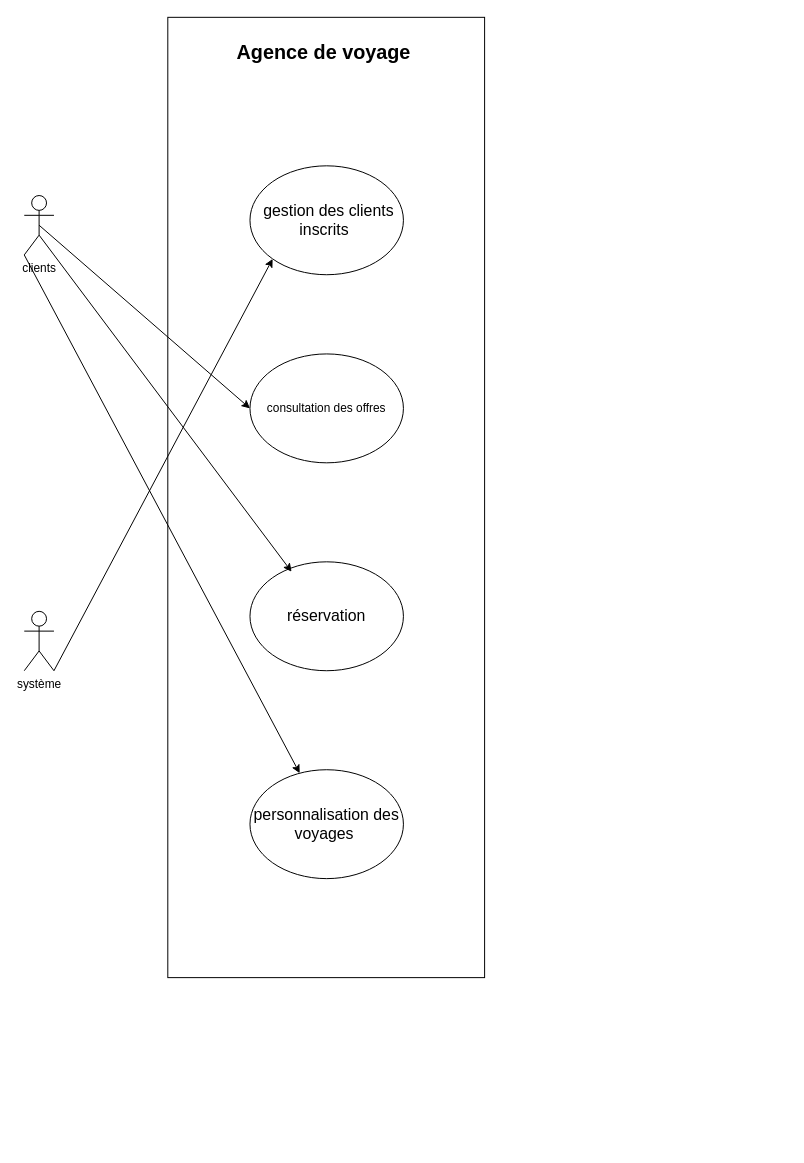
HananeOubaha/brief-7-agence-voyage keeps this draw.io diagram as UML-use-case.drawio. Above is the earlier version. Source tidied: cells renumbered, new cells numbered last; positions are measured from the earlier drawing's top-left corner, leaving out a move shared by most shapes. Both pictures are drawn from the tidied source at 99%, with x=0, y=0 at pixel (24, 17).
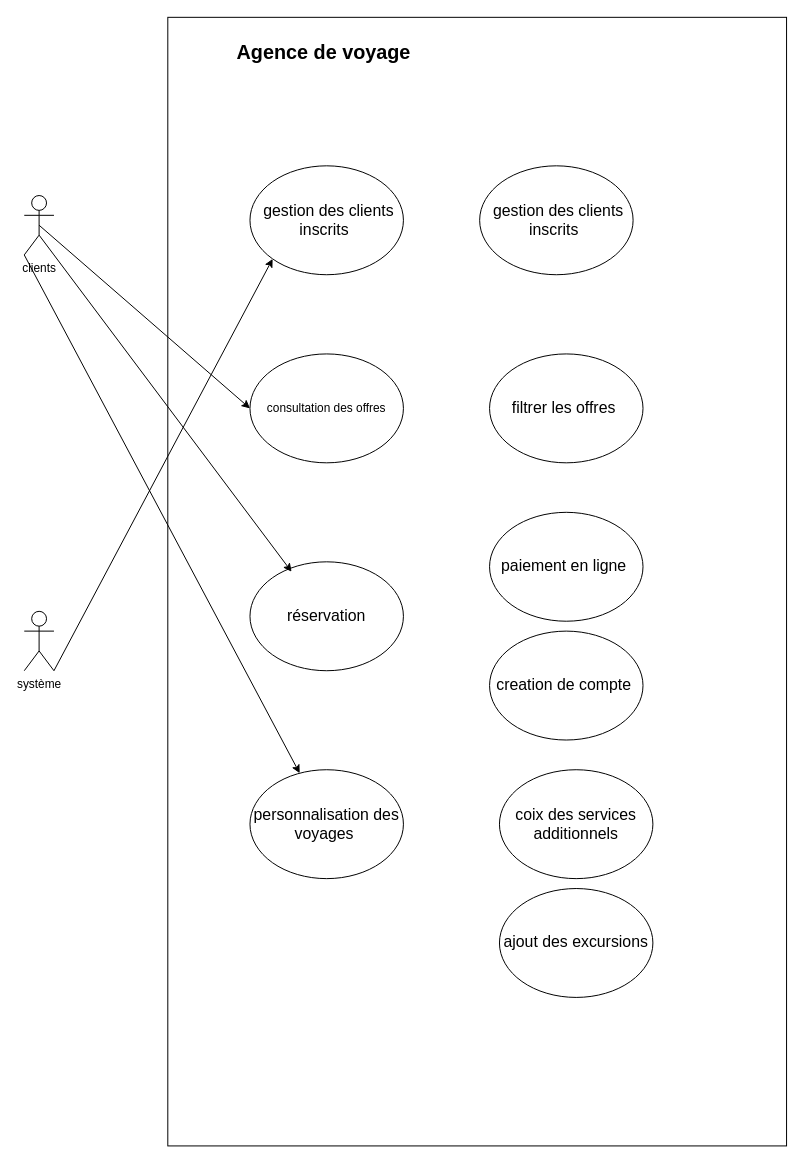
Above is the later version.

Commit message:
j'ai ajouté les taches secondaire inclus dans les taches primaires

Diff of the diagram source:
```diff
@@
     <mxCell id="2" style="rounded=0;whiteSpace=wrap;html=1;" parent="1" vertex="1">
-      <mxGeometry x="145" width="320" height="970" as="geometry" />
+      <mxGeometry x="145" width="625" height="1140" as="geometry" />
     </mxCell>
@@
+    <mxCell id="14" value="&lt;span style=&quot;font-size: 12pt; line-height: 115%; font-family: Aptos, sans-serif;&quot; lang=&quot;FR&quot;&gt;&amp;nbsp;gestion des clients inscrits&amp;nbsp;&lt;/span&gt;" style="ellipse;whiteSpace=wrap;html=1;" parent="1" vertex="1">
+      <mxGeometry x="460" y="150" width="155" height="110" as="geometry" />
+    </mxCell>
+    <mxCell id="15" value="&lt;span style=&quot;font-size: 12pt; line-height: 115%; font-family: Aptos, sans-serif;&quot; lang=&quot;FR&quot;&gt;filtrer les offres&amp;nbsp;&lt;/span&gt;" style="ellipse;whiteSpace=wrap;html=1;" parent="1" vertex="1">
+      <mxGeometry x="470" y="340" width="155" height="110" as="geometry" />
+    </mxCell>
+    <mxCell id="16" value="&lt;span style=&quot;font-size: 12pt; line-height: 115%; font-family: Aptos, sans-serif;&quot; lang=&quot;FR&quot;&gt;paiement en ligne&amp;nbsp;&lt;/span&gt;" style="ellipse;whiteSpace=wrap;html=1;" parent="1" vertex="1">
+      <mxGeometry x="470" y="500" width="155" height="110" as="geometry" />
+    </mxCell>
+    <mxCell id="17" value="&lt;span style=&quot;font-size: 12pt; line-height: 115%; font-family: Aptos, sans-serif;&quot; lang=&quot;FR&quot;&gt;creation de compte&amp;nbsp;&lt;/span&gt;" style="ellipse;whiteSpace=wrap;html=1;" parent="1" vertex="1">
+      <mxGeometry x="470" y="620" width="155" height="110" as="geometry" />
+    </mxCell>
+    <mxCell id="18" value="&lt;span style=&quot;font-size: 12pt; line-height: 115%; font-family: Aptos, sans-serif;&quot; lang=&quot;FR&quot;&gt;coix des services additionnels&lt;/span&gt;" style="ellipse;whiteSpace=wrap;html=1;" parent="1" vertex="1">
+      <mxGeometry x="480" y="760" width="155" height="110" as="geometry" />
+    </mxCell>
+    <mxCell id="19" value="&lt;span style=&quot;font-size: 12pt; line-height: 115%; font-family: Aptos, sans-serif;&quot; lang=&quot;FR&quot;&gt;ajout des excursions&lt;/span&gt;" style="ellipse;whiteSpace=wrap;html=1;" parent="1" vertex="1">
+      <mxGeometry x="480" y="880" width="155" height="110" as="geometry" />
+    </mxCell>
```
